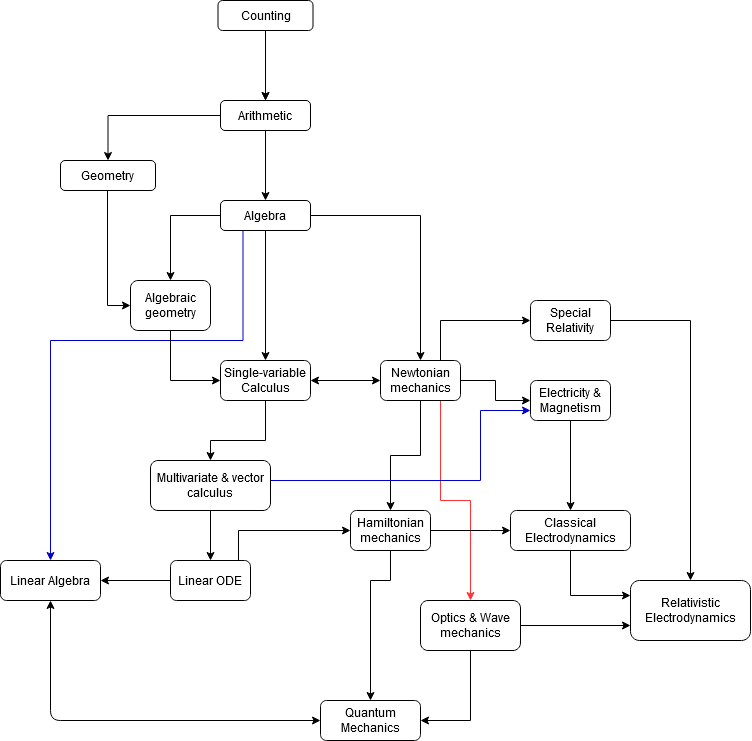
Earlier version of the draw.io export folder/Knowledge tech tree.png (MangledPotat0/knowledge_tech_tree). Source tidied: cells renumbered, new cells last; positions are measured from the earlier drawing's top-left corner, leaving out a move shared by most shapes.
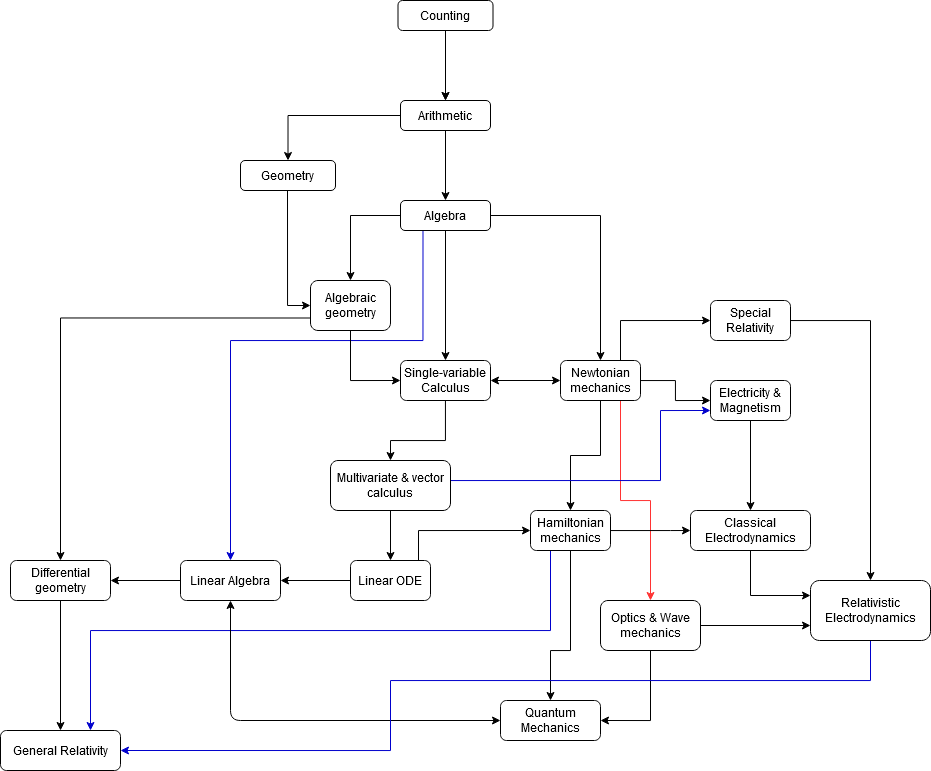
The same diagram one commit later.

Change to the diagram source:
```diff
@@ -65,6 +65,9 @@
         </Array>
       </mxGeometry>
     </mxCell>
+    <mxCell id="47" style="edgeStyle=orthogonalEdgeStyle;rounded=0;jettySize=auto;html=1;exitX=0;exitY=0.75;exitDx=0;exitDy=0;strokeColor=#000000;" parent="1" edge="1" source="15" target="52">
+      <mxGeometry relative="1" as="geometry" />
+    </mxCell>
     <mxCell id="15" value="Algebraic geometry" style="rounded=1;whiteSpace=wrap;html=1;" parent="1" vertex="1">
       <mxGeometry x="130" y="280" width="80" height="50" as="geometry" />
     </mxCell>
@@ -100,8 +103,8 @@
     <mxCell id="24" style="edgeStyle=orthogonalEdgeStyle;rounded=0;jettySize=auto;html=1;exitX=0.5;exitY=1;exitDx=0;exitDy=0;strokeColor=#000000;entryX=0.5;entryY=0;entryDx=0;entryDy=0;" parent="1" edge="1" source="26" target="36">
       <mxGeometry relative="1" as="geometry">
         <Array as="points">
-          <mxPoint x="390" y="580" />
-          <mxPoint x="370" y="580" />
+          <mxPoint x="390" y="650" />
+          <mxPoint x="370" y="650" />
         </Array>
       </mxGeometry>
     </mxCell>
@@ -113,6 +116,14 @@
         </Array>
       </mxGeometry>
     </mxCell>
+    <mxCell id="48" style="edgeStyle=orthogonalEdgeStyle;rounded=0;jettySize=auto;html=1;exitX=0.25;exitY=1;exitDx=0;exitDy=0;entryX=0.75;entryY=0;entryDx=0;entryDy=0;strokeColor=#0000CC;" parent="1" edge="1" source="26" target="53">
+      <mxGeometry relative="1" as="geometry">
+        <Array as="points">
+          <mxPoint x="370" y="630" />
+          <mxPoint x="-90" y="630" />
+        </Array>
+      </mxGeometry>
+    </mxCell>
     <mxCell id="26" value="Hamiltonian mechanics" style="rounded=1;whiteSpace=wrap;html=1;" parent="1" vertex="1">
       <mxGeometry x="350" y="510" width="80" height="40" as="geometry" />
     </mxCell>
@@ -149,6 +160,9 @@
     <mxCell id="34" value="Linear ODE" style="rounded=1;whiteSpace=wrap;html=1;" parent="1" vertex="1">
       <mxGeometry x="170" y="560" width="80" height="40" as="geometry" />
     </mxCell>
+    <mxCell id="49" style="edgeStyle=orthogonalEdgeStyle;rounded=0;jettySize=auto;html=1;strokeColor=#000000;" parent="1" edge="1" source="35" target="52">
+      <mxGeometry relative="1" as="geometry" />
+    </mxCell>
     <mxCell id="35" value="Linear Algebra" style="rounded=1;whiteSpace=wrap;html=1;" parent="1" vertex="1">
       <mxGeometry y="560" width="100" height="40" as="geometry" />
     </mxCell>
@@ -186,8 +200,26 @@
     <mxCell id="45" value="Optics &amp;amp; Wave mechanics" style="rounded=1;whiteSpace=wrap;html=1;" parent="1" vertex="1">
       <mxGeometry x="420" y="600" width="100" height="50" as="geometry" />
     </mxCell>
+    <mxCell id="50" style="edgeStyle=orthogonalEdgeStyle;rounded=0;jettySize=auto;html=1;entryX=1;entryY=0.5;entryDx=0;entryDy=0;strokeColor=#0000CC;" parent="1" edge="1" source="46" target="53">
+      <mxGeometry relative="1" as="geometry">
+        <Array as="points">
+          <mxPoint x="690" y="680" />
+          <mxPoint x="210" y="680" />
+          <mxPoint x="210" y="750" />
+        </Array>
+      </mxGeometry>
+    </mxCell>
     <mxCell id="46" value="Relativistic Electrodynamics" style="rounded=1;whiteSpace=wrap;html=1;" parent="1" vertex="1">
       <mxGeometry x="630" y="580" width="120" height="60" as="geometry" />
     </mxCell>
+    <mxCell id="51" style="edgeStyle=orthogonalEdgeStyle;rounded=0;jettySize=auto;html=1;exitX=0.5;exitY=1;exitDx=0;exitDy=0;entryX=0.5;entryY=0;entryDx=0;entryDy=0;strokeColor=#000000;" parent="1" edge="1" source="52" target="53">
+      <mxGeometry relative="1" as="geometry" />
+    </mxCell>
+    <mxCell id="52" value="Differential geometry" style="rounded=1;whiteSpace=wrap;html=1;" parent="1" vertex="1">
+      <mxGeometry x="-170" y="560" width="100" height="40" as="geometry" />
+    </mxCell>
+    <mxCell id="53" value="General Relativity" style="rounded=1;whiteSpace=wrap;html=1;" parent="1" vertex="1">
+      <mxGeometry x="-180" y="730" width="120" height="40" as="geometry" />
+    </mxCell>
   </root>
 </mxGraphModel>
```
